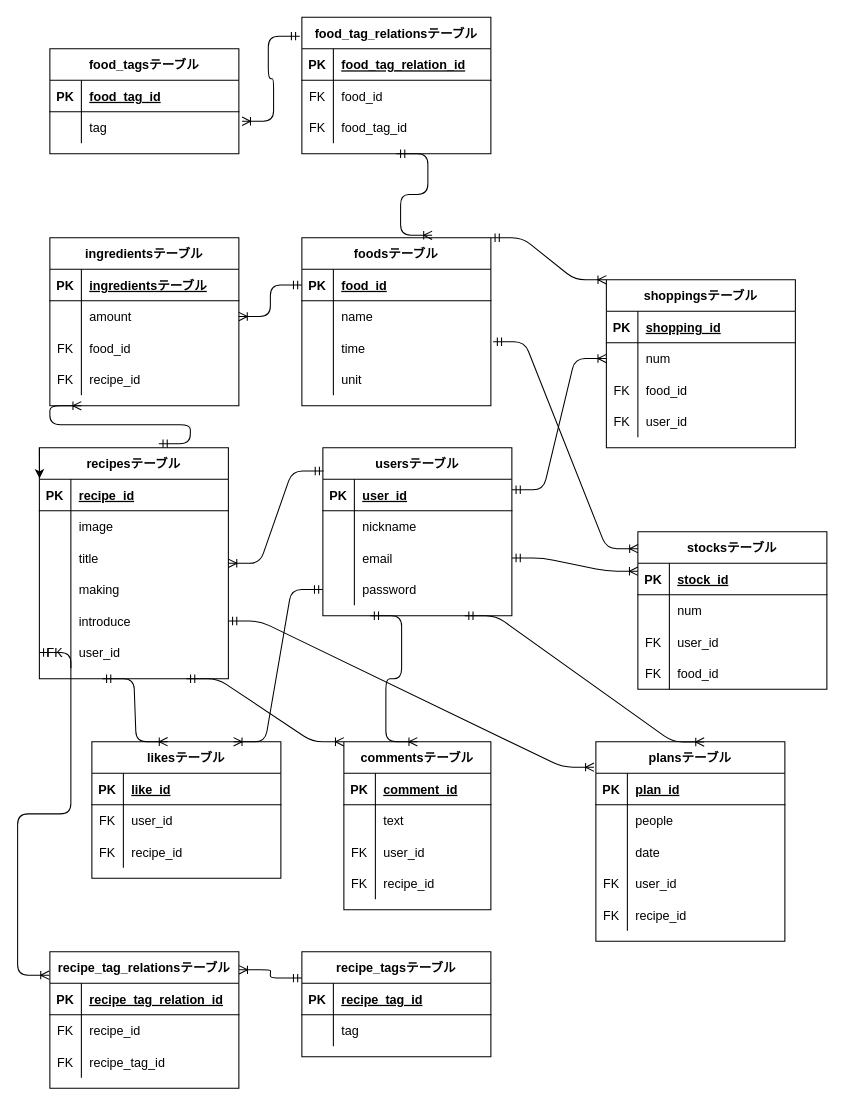
Before: er.dio in kazuki-n1335/cooking_app-32561, a draw.io diagram. Source tidied: cells renumbered, new cells numbered last; positions are measured from the earlier drawing's top-left corner, leaving out a move shared by most shapes. Both pictures are drawn from the tidied source at 105%, with x=0, y=0 at pixel (39, 17).
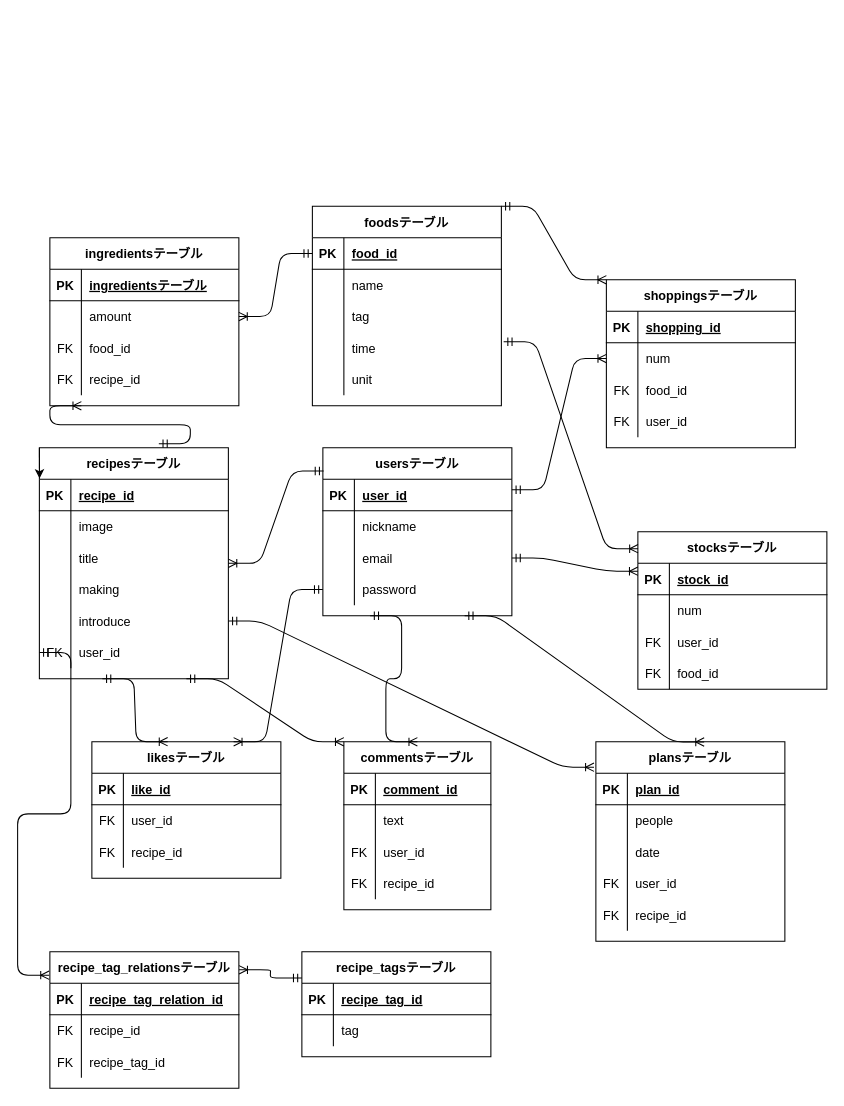
After the change.

What changed in the source:
```diff
@@
     <mxCell id="15" value="foodsテーブル" style="shape=table;startSize=30;childLayout=tableLayout;rowLines=0;fontStyle=1;align=center;" parent="1" vertex="1">
-      <mxGeometry x="250" y="210" width="180" height="160" as="geometry" />
+      <mxGeometry x="260" y="180" width="180" height="190" as="geometry" />
     </mxCell>
@@
+    <mxCell id="35" style="shape=partialRectangle;fillColor=none;top=0;left=0;bottom=0;right=0;" parent="15" vertex="1">
+      <mxGeometry y="90" width="180" height="30" as="geometry" />
+    </mxCell>
+    <mxCell id="43" style="shape=partialRectangle;fillColor=none;top=0;left=0;bottom=0;right=0;overflow=hidden;" parent="35" vertex="1">
+      <mxGeometry width="30" height="30" as="geometry" />
+    </mxCell>
+    <mxCell id="44" value="tag" style="shape=partialRectangle;fillColor=none;top=0;left=0;bottom=0;right=0;align=left;spacingLeft=6;overflow=hidden;" parent="35" vertex="1">
+      <mxGeometry x="30" width="150" height="30" as="geometry" />
+    </mxCell>
     <mxCell id="22" style="shape=partialRectangle;fillColor=none;top=0;left=0;bottom=0;right=0;points=[[0,0.5],[1,0.5]];portConstraint=eastwest;" parent="15" vertex="1">
-      <mxGeometry y="90" width="180" height="30" as="geometry" />
+      <mxGeometry y="120" width="180" height="30" as="geometry" />
     </mxCell>
@@
     <mxCell id="25" style="shape=partialRectangle;fillColor=none;top=0;left=0;bottom=0;right=0;" parent="15" vertex="1">
-      <mxGeometry y="120" width="180" height="30" as="geometry" />
+      <mxGeometry y="150" width="180" height="30" as="geometry" />
     </mxCell>
@@
-    <mxCell id="28" value="food_tag_relationsテーブル" style="shape=table;startSize=30;childLayout=tableLayout;rowLines=0;fontStyle=1;align=center;" parent="1" vertex="1">
-      <mxGeometry x="250" width="180" height="130" as="geometry" />
-    </mxCell>
-    <mxCell id="29" style="shape=partialRectangle;fillColor=none;top=0;left=0;bottom=1;right=0;" parent="28" vertex="1">
-      <mxGeometry y="30" width="180" height="30" as="geometry" />
-    </mxCell>
-    <mxCell id="30" value="PK" style="shape=partialRectangle;fillColor=none;top=0;left=0;bottom=0;right=0;fontStyle=1;overflow=hidden;" parent="29" vertex="1">
-      <mxGeometry width="30" height="30" as="geometry" />
-    </mxCell>
-    <mxCell id="31" value="food_tag_relation_id" style="shape=partialRectangle;fillColor=none;top=0;left=0;bottom=0;right=0;align=left;spacingLeft=6;fontStyle=5;overflow=hidden;" parent="29" vertex="1">
-      <mxGeometry x="30" width="150" height="30" as="geometry" />
-    </mxCell>
-    <mxCell id="32" style="shape=partialRectangle;fillColor=none;top=0;left=0;bottom=0;right=0;" parent="28" vertex="1">
-      <mxGeometry y="60" width="180" height="30" as="geometry" />
-    </mxCell>
-    <mxCell id="33" value="FK" style="shape=partialRectangle;fillColor=none;top=0;left=0;bottom=0;right=0;fontStyle=0;overflow=hidden;" parent="32" vertex="1">
-      <mxGeometry width="30" height="30" as="geometry" />
-    </mxCell>
-    <mxCell id="34" value="food_id" style="shape=partialRectangle;fillColor=none;top=0;left=0;bottom=0;right=0;align=left;spacingLeft=6;fontStyle=0;overflow=hidden;" parent="32" vertex="1">
-      <mxGeometry x="30" width="150" height="30" as="geometry" />
-    </mxCell>
-    <mxCell id="35" style="shape=partialRectangle;fillColor=none;top=0;left=0;bottom=0;right=0;" parent="28" vertex="1">
-      <mxGeometry y="90" width="180" height="30" as="geometry" />
-    </mxCell>
-    <mxCell id="36" value="FK" style="shape=partialRectangle;fillColor=none;top=0;left=0;bottom=0;right=0;fontStyle=0;overflow=hidden;" parent="35" vertex="1">
-      <mxGeometry width="30" height="30" as="geometry" />
-    </mxCell>
-    <mxCell id="37" value="food_tag_id" style="shape=partialRectangle;fillColor=none;top=0;left=0;bottom=0;right=0;align=left;spacingLeft=6;fontStyle=0;overflow=hidden;" parent="35" vertex="1">
-      <mxGeometry x="30" width="150" height="30" as="geometry" />
-    </mxCell>
-    <mxCell id="38" value="food_tagsテーブル" style="shape=table;startSize=30;childLayout=tableLayout;rowLines=0;fontStyle=1;align=center;" parent="1" vertex="1">
-      <mxGeometry x="10" y="30" width="180" height="100" as="geometry" />
-    </mxCell>
-    <mxCell id="39" style="shape=partialRectangle;fillColor=none;top=0;left=0;bottom=1;right=0;" parent="38" vertex="1">
-      <mxGeometry y="30" width="180" height="30" as="geometry" />
-    </mxCell>
-    <mxCell id="40" value="PK" style="shape=partialRectangle;fillColor=none;top=0;left=0;bottom=0;right=0;fontStyle=1;overflow=hidden;" parent="39" vertex="1">
-      <mxGeometry width="30" height="30" as="geometry" />
-    </mxCell>
-    <mxCell id="41" value="food_tag_id" style="shape=partialRectangle;fillColor=none;top=0;left=0;bottom=0;right=0;align=left;spacingLeft=6;fontStyle=5;overflow=hidden;" parent="39" vertex="1">
-      <mxGeometry x="30" width="150" height="30" as="geometry" />
-    </mxCell>
-    <mxCell id="42" style="shape=partialRectangle;fillColor=none;top=0;left=0;bottom=0;right=0;points=[[0,0.5],[1,0.5]];portConstraint=eastwest;" parent="38" vertex="1">
-      <mxGeometry y="60" width="180" height="30" as="geometry" />
-    </mxCell>
-    <mxCell id="43" style="shape=partialRectangle;fillColor=none;top=0;left=0;bottom=0;right=0;overflow=hidden;" parent="42" vertex="1">
-      <mxGeometry width="30" height="30" as="geometry" />
-    </mxCell>
-    <mxCell id="44" value="tag" style="shape=partialRectangle;fillColor=none;top=0;left=0;bottom=0;right=0;align=left;spacingLeft=6;overflow=hidden;" parent="42" vertex="1">
-      <mxGeometry x="30" width="150" height="30" as="geometry" />
-    </mxCell>
-    <mxCell id="45" style="edgeStyle=entityRelationEdgeStyle;fontSize=12;html=1;endArrow=ERoneToMany;startArrow=ERmandOne;entryX=1.017;entryY=0.3;entryDx=0;entryDy=0;entryPerimeter=0;exitX=-0.011;exitY=0.138;exitDx=0;exitDy=0;exitPerimeter=0;" parent="1" edge="1" source="28" target="42">
-      <mxGeometry relative="1" as="geometry" />
-    </mxCell>
-    <mxCell id="46" style="edgeStyle=entityRelationEdgeStyle;fontSize=12;html=1;endArrow=ERoneToMany;startArrow=ERmandOne;entryX=0.689;entryY=-0.015;entryDx=0;entryDy=0;entryPerimeter=0;exitX=0.5;exitY=1;exitDx=0;exitDy=0;" parent="1" edge="1" source="28" target="15">
-      <mxGeometry relative="1" as="geometry" />
-    </mxCell>
```
